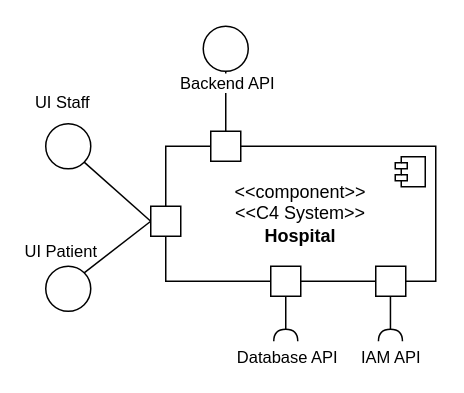
Above: docs/geral/views/level-1/logic/vista_logica.drawio in andredsferreira/p5sem-3dj-g59 (draw.io), before the change. Source tidied: cells renumbered, new cells numbered last; positions are measured from the earlier drawing's top-left corner, leaving out a move shared by most shapes. Both pictures are drawn from the tidied source at 150%, with x=0, y=0 at pixel (45, 26).
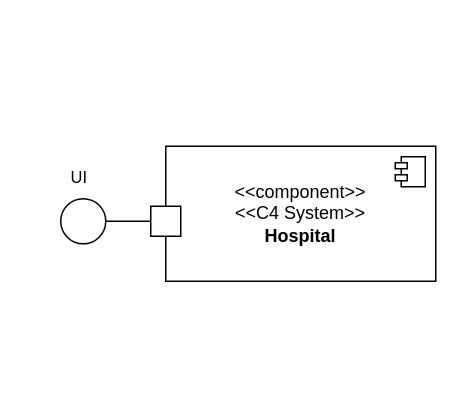
The same diagram, later.

Unchanged cells that the change refers to:
```xml
<mxCell id="11" style="rounded=0;whiteSpace=wrap;html=1;" parent="1" vertex="1">
  <mxGeometry x="70" y="120" width="20" height="20" as="geometry" />
</mxCell>
```

What changed in the source:
```diff
@@
-    <mxCell id="4" style="ellipse;whiteSpace=wrap;html=1;" parent="1" vertex="1">
-      <mxGeometry x="105" width="30" height="30" as="geometry" />
-    </mxCell>
-    <mxCell id="5" style="endArrow=none;html=1;rounded=0;entryX=0.5;entryY=1;entryDx=0;entryDy=0;exitX=0.5;exitY=0;exitDx=0;exitDy=0;" parent="1" edge="1" source="7" target="4">
-      <mxGeometry relative="1" as="geometry" />
-    </mxCell>
-    <mxCell id="6" value="Backend API" style="edgeLabel;html=1;align=center;verticalAlign=middle;" parent="5" vertex="1">
-      <mxGeometry x="0.66" relative="1" as="geometry" />
-    </mxCell>
-    <mxCell id="7" style="rounded=0;whiteSpace=wrap;html=1;" parent="1" vertex="1">
-      <mxGeometry x="110" y="70" width="20" height="20" as="geometry" />
-    </mxCell>
-    <mxCell id="8" style="ellipse;whiteSpace=wrap;html=1;" parent="1" vertex="1">
-      <mxGeometry y="65" width="30" height="30" as="geometry" />
-    </mxCell>
-    <mxCell id="9" style="endArrow=none;html=1;rounded=0;entryX=1;entryY=1;entryDx=0;entryDy=0;exitX=0;exitY=0.5;exitDx=0;exitDy=0;" parent="1" edge="1" source="11" target="8">
-      <mxGeometry relative="1" as="geometry" />
-    </mxCell>
-    <mxCell id="10" value="UI Staff" style="edgeLabel;html=1;align=center;verticalAlign=middle;" parent="9" vertex="1">
-      <mxGeometry x="0.66" relative="1" as="geometry">
-        <mxPoint x="-23" y="-47" as="offset" />
-      </mxGeometry>
-    </mxCell>
@@
     <mxCell id="12" style="ellipse;whiteSpace=wrap;html=1;" parent="1" vertex="1">
-      <mxGeometry y="160" width="30" height="30" as="geometry" />
+      <mxGeometry x="10" y="115" width="30" height="30" as="geometry" />
     </mxCell>
-    <mxCell id="13" style="endArrow=none;html=1;rounded=0;entryX=1;entryY=0;entryDx=0;entryDy=0;exitX=0;exitY=0.5;exitDx=0;exitDy=0;" parent="1" edge="1" source="11" target="12">
+    <mxCell id="13" style="endArrow=none;html=1;rounded=0;entryX=1;entryY=0.5;entryDx=0;entryDy=0;exitX=0;exitY=0.5;exitDx=0;exitDy=0;" parent="1" edge="1" source="11" target="12">
       <mxGeometry relative="1" as="geometry" />
     </mxCell>
-    <mxCell id="14" value="UI Patient" style="edgeLabel;html=1;align=center;verticalAlign=middle;" parent="13" vertex="1">
+    <mxCell id="14" value="UI" style="edgeLabel;html=1;align=center;verticalAlign=middle;" parent="13" vertex="1">
       <mxGeometry x="0.66" relative="1" as="geometry">
-        <mxPoint x="-23" y="-9" as="offset" />
+        <mxPoint x="-24" y="-30" as="offset" />
       </mxGeometry>
     </mxCell>
-    <mxCell id="15" style="rounded=0;whiteSpace=wrap;html=1;" parent="1" vertex="1">
-      <mxGeometry x="150" y="160" width="20" height="20" as="geometry" />
-    </mxCell>
-    <mxCell id="16" style="rounded=0;whiteSpace=wrap;html=1;" parent="1" vertex="1">
-      <mxGeometry x="220" y="160" width="20" height="20" as="geometry" />
-    </mxCell>
-    <mxCell id="17" style="rounded=0;jettySize=auto;html=1;endArrow=halfCircle;endFill=0;endSize=6;strokeWidth=1;sketch=0;fontSize=12;curved=1;exitX=0.5;exitY=1;exitDx=0;exitDy=0;" parent="1" edge="1" source="15">
-      <mxGeometry relative="1" as="geometry">
-        <mxPoint x="160" y="210" as="targetPoint" />
-      </mxGeometry>
-    </mxCell>
-    <mxCell id="18" value="Database API" style="edgeLabel;html=1;align=center;verticalAlign=middle;" parent="17" vertex="1">
-      <mxGeometry x="0.37" y="1" relative="1" as="geometry">
-        <mxPoint x="-1" y="19" as="offset" />
-      </mxGeometry>
-    </mxCell>
@@
-    <mxCell id="20" style="rounded=0;orthogonalLoop=1;jettySize=auto;html=1;endArrow=halfCircle;endFill=0;endSize=6;strokeWidth=1;sketch=0;fontSize=12;curved=1;exitX=0.5;exitY=1;exitDx=0;exitDy=0;" parent="1" edge="1">
-      <mxGeometry relative="1" as="geometry">
-        <mxPoint x="229.8" y="180" as="sourcePoint" />
-        <mxPoint x="229.8" y="210" as="targetPoint" />
-      </mxGeometry>
-    </mxCell>
-    <mxCell id="21" value="IAM API" style="edgeLabel;html=1;align=center;verticalAlign=middle;" parent="20" vertex="1">
-      <mxGeometry x="0.37" y="1" relative="1" as="geometry">
-        <mxPoint x="-1" y="19" as="offset" />
-      </mxGeometry>
-    </mxCell>
```
